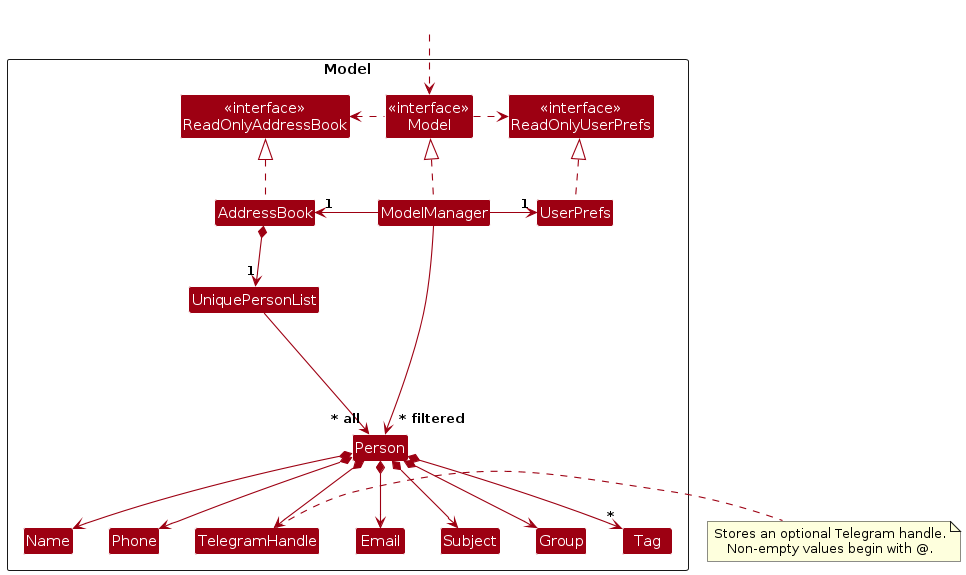
The PlantUML diagram diagrams/ModelClassDiagram.png in AY2627S1-CS2103T-T11-2/tp, before a commit. Its source is kept beside it as diagrams/ModelClassDiagram.puml.
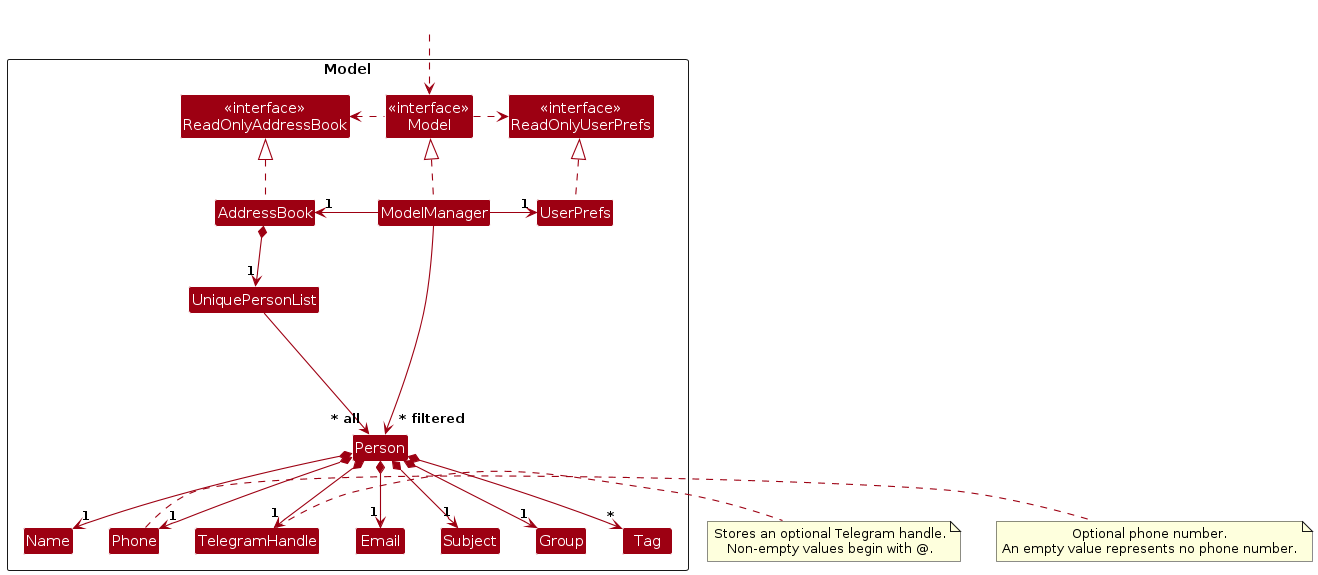
The same diagram one commit later.

What changed in the source:
```diff
@@ -39,17 +39,22 @@
 
 AddressBook *--> "1" UniquePersonList
 UniquePersonList --> "~* all" Person
-Person *--> Name
-Person *--> Phone
-Person *--> Email
-Person *--> TelegramHandle
-Person *--> Subject
-Person *--> Group
+Person *--> "1" Name
+Person *--> "1" Phone
+Person *--> "1" Email
+Person *--> "1" TelegramHandle
+Person *--> "1" Subject
+Person *--> "1" Group
 Person *--> "*" Tag
 
 note right of TelegramHandle
   Stores an optional Telegram handle.
   Non-empty values begin with @.
+end note
+
+note right of Phone
+  Optional phone number.
+  An empty value represents no phone number.
 end note
 
 Person -[hidden]up--> I
```
